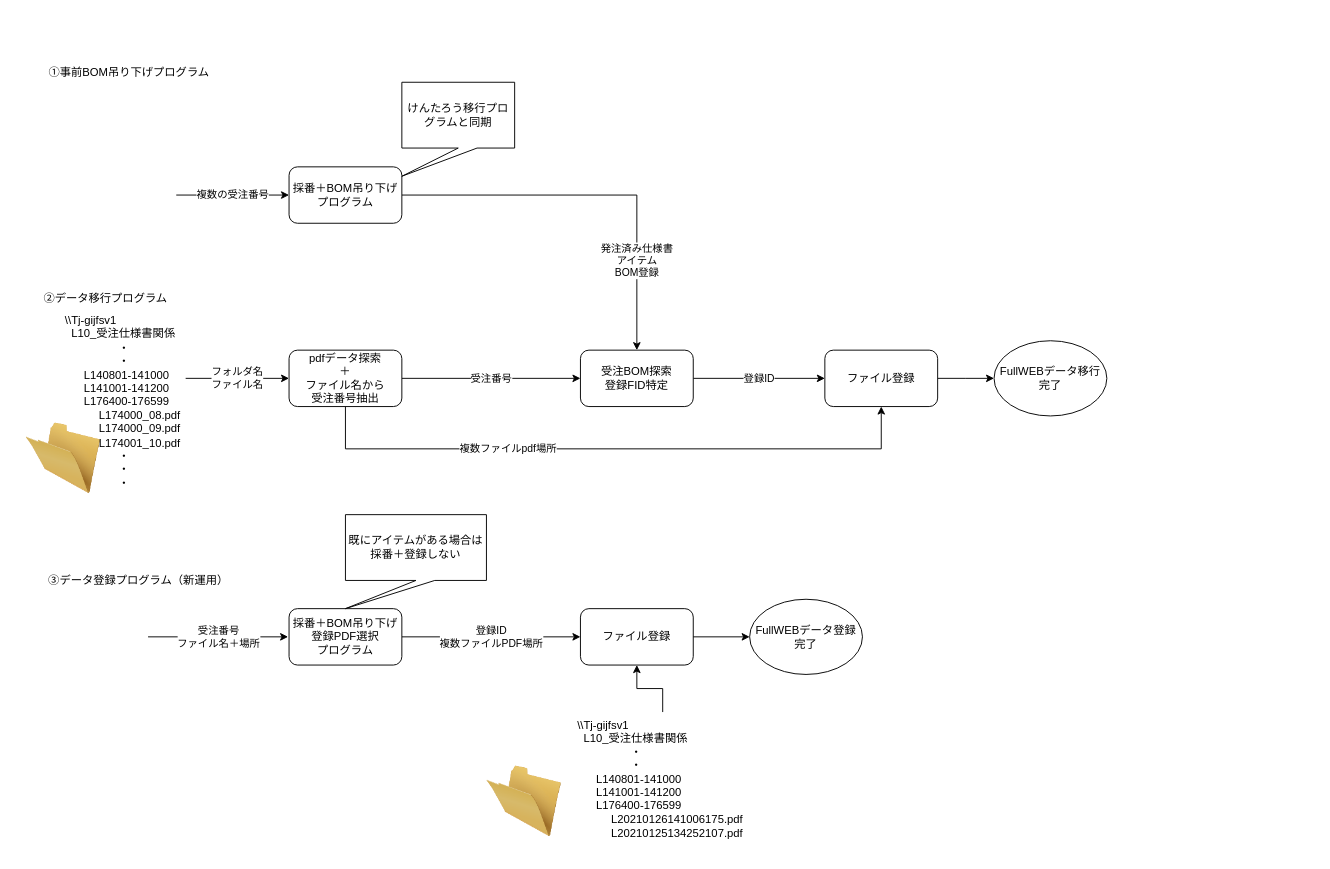
Above: 発注済み仕様書取り込みシステムフロー.drawio in sakag-120/systemflow (draw.io), before the change. Source tidied: cells renumbered, new cells numbered last; positions are measured from the earlier drawing's top-left corner, leaving out a move shared by most shapes. Both pictures are drawn from the tidied source at 94%, with x=0, y=0 at pixel (25, 63).
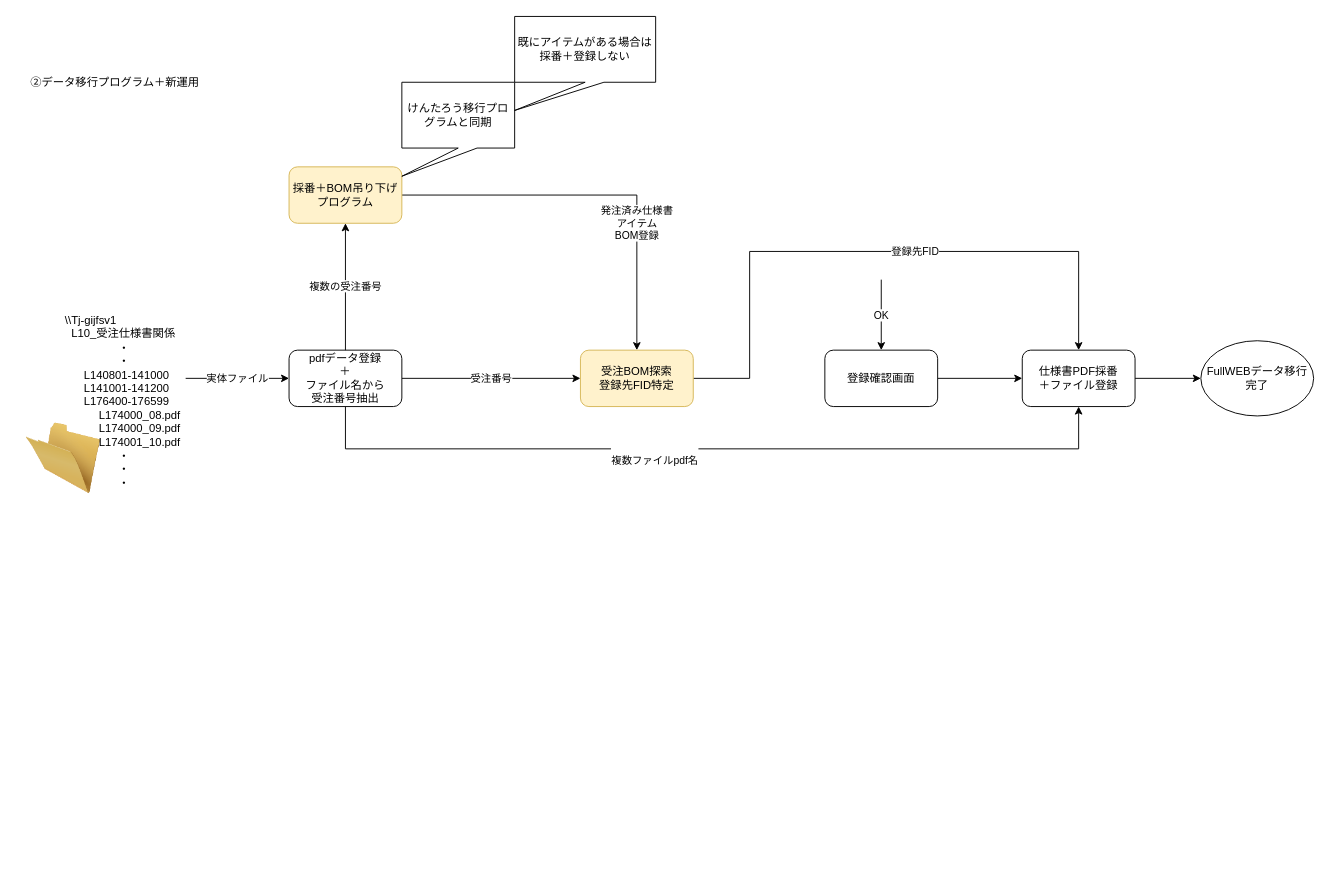
The same diagram, later.

Commit message (it also covers changes not shown here):
発注済み仕様書取り込みシステムフロー.drawio を更新します

Unchanged cells that the change refers to:
```xml
<mxCell id="7" value="\\Tj-gijfsv1&lt;br&gt;&amp;nbsp; L10_受注仕様書関係&lt;br&gt;&amp;nbsp; &amp;nbsp; &amp;nbsp; &amp;nbsp; &amp;nbsp; &amp;nbsp; &amp;nbsp; &amp;nbsp; &amp;nbsp;・&lt;br&gt;&amp;nbsp; &amp;nbsp; &amp;nbsp; &amp;nbsp; &amp;nbsp; &amp;nbsp; &amp;nbsp; &amp;nbsp; &amp;nbsp;・&lt;br&gt;&amp;nbsp; &amp;nbsp; &amp;nbsp; L140801-141000&lt;br&gt;&amp;nbsp; &amp;nbsp; &amp;nbsp; L141001-141200&lt;br&gt;&amp;nbsp; &amp;nbsp; &amp;nbsp; L176400-176599&lt;br&gt;　　　L174000_08.pdf&lt;br&gt;　　　L174000_09.pdf&lt;br&gt;　　　L174001_10.pdf&lt;br&gt;&amp;nbsp; &amp;nbsp; &amp;nbsp; &amp;nbsp; &amp;nbsp; &amp;nbsp; &amp;nbsp; &amp;nbsp; &amp;nbsp;・&lt;br&gt;&amp;nbsp; &amp;nbsp; &amp;nbsp; &amp;nbsp; &amp;nbsp; &amp;nbsp; &amp;nbsp; &amp;nbsp; &amp;nbsp;・&lt;br&gt;&amp;nbsp; &amp;nbsp; &amp;nbsp; &amp;nbsp; &amp;nbsp; &amp;nbsp; &amp;nbsp; &amp;nbsp; &amp;nbsp;・&lt;br&gt;&amp;nbsp;" style="text;whiteSpace=wrap;html=1;" parent="1" vertex="1">
  <mxGeometry x="40" y="260" width="130" height="150" as="geometry" />
</mxCell>
```

The edit, as a diff of the source:
```diff
@@
-    <mxCell id="3" value="&#10;&#10;&lt;span style=&quot;color: rgb(0, 0, 0); font-family: helvetica; font-size: 11px; font-style: normal; font-weight: 400; letter-spacing: normal; text-align: center; text-indent: 0px; text-transform: none; word-spacing: 0px; background-color: rgb(255, 255, 255); display: inline; float: none;&quot;&gt;複数ファイルpdf場所&lt;/span&gt;&#10;&#10;" style="edgeStyle=orthogonalEdgeStyle;rounded=0;jettySize=auto;html=1;entryX=0.5;entryY=1;entryDx=0;entryDy=0;" parent="1" edge="1" source="4" target="13">
-      <mxGeometry x="-0.34" relative="1" as="geometry">
+    <mxCell id="3" value="&lt;br&gt;&lt;br&gt;&lt;span style=&quot;color: rgb(0 , 0 , 0) ; font-family: &amp;#34;helvetica&amp;#34; ; font-size: 11px ; font-style: normal ; font-weight: 400 ; letter-spacing: normal ; text-align: center ; text-indent: 0px ; text-transform: none ; word-spacing: 0px ; background-color: rgb(255 , 255 , 255) ; display: inline ; float: none&quot;&gt;複数ファイルpdf名&lt;/span&gt;" style="edgeStyle=orthogonalEdgeStyle;rounded=0;jettySize=auto;html=1;entryX=0.5;entryY=1;entryDx=0;entryDy=0;" parent="1" edge="1" source="4" target="32">
+      <mxGeometry x="-0.14" relative="1" as="geometry">
         <Array as="points">
           <mxPoint x="340" y="410" />
-          <mxPoint x="910" y="410" />
+          <mxPoint x="1120" y="410" />
         </Array>
       </mxGeometry>
     </mxCell>
-    <mxCell id="4" value="pdfデータ探索&lt;br&gt;＋&lt;br&gt;ファイル名から&lt;br&gt;受注番号抽出" style="rounded=1;whiteSpace=wrap;html=1;" parent="1" vertex="1">
+    <mxCell id="4" value="pdfデータ登録&lt;br&gt;＋&lt;br&gt;ファイル名から&lt;br&gt;受注番号抽出" style="rounded=1;whiteSpace=wrap;html=1;" parent="1" vertex="1">
       <mxGeometry x="280" y="305" width="120" height="60" as="geometry" />
     </mxCell>
@@
-    <mxCell id="6" value="フォルダ名&lt;br&gt;ファイル名" style="edgeStyle=orthogonalEdgeStyle;rounded=0;jettySize=auto;html=1;entryX=0;entryY=0.5;entryDx=0;entryDy=0;" parent="1" edge="1" source="7" target="4">
+    <mxCell id="6" value="実体ファイル" style="edgeStyle=orthogonalEdgeStyle;rounded=0;jettySize=auto;html=1;entryX=0;entryY=0.5;entryDx=0;entryDy=0;" parent="1" edge="1" source="7" target="4">
       <mxGeometry relative="1" as="geometry" />
     </mxCell>
@@
-    <mxCell id="8" value="②データ移行プログラム" style="text;html=1;strokeColor=none;fillColor=none;align=center;verticalAlign=middle;whiteSpace=wrap;rounded=0;" parent="1" vertex="1">
-      <mxGeometry y="240" width="170" height="20" as="geometry" />
+    <mxCell id="8" value="②データ移行プログラム＋新運用" style="text;html=1;strokeColor=none;fillColor=none;align=center;verticalAlign=middle;whiteSpace=wrap;rounded=0;" parent="1" vertex="1">
+      <mxGeometry x="-10" y="10" width="210" height="20" as="geometry" />
     </mxCell>
-    <mxCell id="9" value="③データ登録プログラム（新運用）" style="text;html=1;strokeColor=none;fillColor=none;align=center;verticalAlign=middle;whiteSpace=wrap;rounded=0;" parent="1" vertex="1">
-      <mxGeometry x="10" y="540" width="220" height="20" as="geometry" />
-    </mxCell>
-    <mxCell id="10" value="登録ID" style="edgeStyle=orthogonalEdgeStyle;rounded=0;jettySize=auto;html=1;" parent="1" edge="1" source="11" target="13">
-      <mxGeometry relative="1" as="geometry" />
+    <mxCell id="10" value="登録先FID" style="edgeStyle=orthogonalEdgeStyle;rounded=0;jettySize=auto;html=1;entryX=0.5;entryY=0;entryDx=0;entryDy=0;" parent="1" edge="1" source="11" target="32">
+      <mxGeometry x="0.14" relative="1" as="geometry">
+        <Array as="points">
+          <mxPoint x="770" y="335" />
+          <mxPoint x="770" y="200" />
+          <mxPoint x="1120" y="200" />
+        </Array>
+      </mxGeometry>
     </mxCell>
-    <mxCell id="11" value="受注BOM探索&lt;br&gt;登録FID特定" style="rounded=1;whiteSpace=wrap;html=1;" parent="1" vertex="1">
+    <mxCell id="11" value="受注BOM探索&lt;br&gt;登録先FID特定" style="rounded=1;whiteSpace=wrap;html=1;fillColor=#fff2cc;strokeColor=#d6b656;" parent="1" vertex="1">
       <mxGeometry x="590" y="305" width="120" height="60" as="geometry" />
     </mxCell>
-    <mxCell id="12" style="edgeStyle=orthogonalEdgeStyle;rounded=0;jettySize=auto;html=1;" parent="1" edge="1" source="13">
-      <mxGeometry relative="1" as="geometry">
-        <mxPoint x="1030" y="335" as="targetPoint" />
-      </mxGeometry>
+    <mxCell id="12" style="edgeStyle=orthogonalEdgeStyle;rounded=0;jettySize=auto;html=1;entryX=0;entryY=0.5;entryDx=0;entryDy=0;" parent="1" edge="1" source="32" target="19">
+      <mxGeometry relative="1" as="geometry" />
     </mxCell>
+    <mxCell id="30" style="edgeStyle=orthogonalEdgeStyle;rounded=0;jettySize=auto;html=1;" parent="1" edge="1" source="13" target="32">
+      <mxGeometry relative="1" as="geometry" />
+    </mxCell>
-    <mxCell id="13" value="ファイル登録" style="rounded=1;whiteSpace=wrap;html=1;" parent="1" vertex="1">
+    <mxCell id="13" value="登録確認画面" style="rounded=1;whiteSpace=wrap;html=1;" parent="1" vertex="1">
       <mxGeometry x="850" y="305" width="120" height="60" as="geometry" />
     </mxCell>
-    <mxCell id="14" value="①事前BOM吊り下げプログラム" style="text;html=1;strokeColor=none;fillColor=none;align=center;verticalAlign=middle;whiteSpace=wrap;rounded=0;" parent="1" vertex="1">
-      <mxGeometry x="10" width="200" height="20" as="geometry" />
-    </mxCell>
     <mxCell id="15" value="発注済み仕様書&lt;br&gt;アイテム&lt;br&gt;BOM登録" style="edgeStyle=orthogonalEdgeStyle;rounded=0;jettySize=auto;html=1;entryX=0.5;entryY=0;entryDx=0;entryDy=0;" parent="1" edge="1" source="16" target="11">
-      <mxGeometry x="0.54" relative="1" as="geometry" />
+      <mxGeometry x="0.35" relative="1" as="geometry" />
     </mxCell>
-    <mxCell id="16" value="採番＋BOM吊り下げプログラム" style="rounded=1;whiteSpace=wrap;html=1;" parent="1" vertex="1">
+    <mxCell id="16" value="採番＋BOM吊り下げプログラム" style="rounded=1;whiteSpace=wrap;html=1;fillColor=#fff2cc;strokeColor=#d6b656;" parent="1" vertex="1">
       <mxGeometry x="280" y="110" width="120" height="60" as="geometry" />
     </mxCell>
-    <mxCell id="17" value="複数の受注番号" style="endArrow=classic;html=1;entryX=0;entryY=0.5;entryDx=0;entryDy=0;" parent="1" edge="1" target="16">
-      <mxGeometry relative="1" as="geometry">
-        <mxPoint x="160" y="140" as="sourcePoint" />
-      </mxGeometry>
+    <mxCell id="17" value="複数の受注番号" style="endArrow=classic;html=1;entryX=0.5;entryY=1;entryDx=0;entryDy=0;exitX=0.5;exitY=0;exitDx=0;exitDy=0;" parent="1" edge="1" source="4" target="16">
+      <mxGeometry relative="1" as="geometry" />
     </mxCell>
@@
     <mxCell id="19" value="FullWEBデータ移行完了" style="ellipse;whiteSpace=wrap;html=1;" parent="1" vertex="1">
-      <mxGeometry x="1030" y="295" width="120" height="80" as="geometry" />
+      <mxGeometry x="1250" y="295" width="120" height="80" as="geometry" />
     </mxCell>
-    <mxCell id="20" value="登録ID&lt;br&gt;複数ファイルPDF場所" style="edgeStyle=orthogonalEdgeStyle;rounded=0;jettySize=auto;html=1;" parent="1" edge="1" source="21" target="24">
-      <mxGeometry relative="1" as="geometry" />
-    </mxCell>
-    <mxCell id="21" value="採番＋BOM吊り下げ&lt;br&gt;登録PDF選択&lt;br&gt;プログラム" style="rounded=1;whiteSpace=wrap;html=1;" parent="1" vertex="1">
-      <mxGeometry x="280" y="580" width="120" height="60" as="geometry" />
-    </mxCell>
-    <mxCell id="22" value="受注番号&lt;br&gt;ファイル名＋場所" style="endArrow=classic;html=1;entryX=0;entryY=0.5;entryDx=0;entryDy=0;" parent="1" edge="1">
-      <mxGeometry relative="1" as="geometry">
-        <mxPoint x="130" y="610" as="sourcePoint" />
-        <mxPoint x="279" y="610" as="targetPoint" />
-        <Array as="points">
-          <mxPoint x="229" y="610" />
-        </Array>
-      </mxGeometry>
-    </mxCell>
     <mxCell id="23" value="既にアイテムがある場合は採番＋登録しない" style="shape=callout;whiteSpace=wrap;html=1;perimeter=calloutPerimeter;position2=0;" parent="1" vertex="1">
-      <mxGeometry x="340" y="480" width="150" height="100" as="geometry" />
+      <mxGeometry x="520" y="-50" width="150" height="100" as="geometry" />
     </mxCell>
-    <mxCell id="24" value="ファイル登録" style="rounded=1;whiteSpace=wrap;html=1;" parent="1" vertex="1">
-      <mxGeometry x="590" y="580" width="120" height="60" as="geometry" />
-    </mxCell>
-    <mxCell id="25" style="edgeStyle=orthogonalEdgeStyle;rounded=0;orthogonalLoop=1;jettySize=auto;html=1;" parent="1" edge="1">
-      <mxGeometry relative="1" as="geometry">
-        <mxPoint x="710" y="610" as="sourcePoint" />
-        <mxPoint x="770" y="610" as="targetPoint" />
-      </mxGeometry>
-    </mxCell>
-    <mxCell id="26" value="FullWEBデータ登録完了" style="ellipse;whiteSpace=wrap;html=1;" parent="1" vertex="1">
-      <mxGeometry x="770" y="570" width="120" height="80" as="geometry" />
-    </mxCell>
-    <mxCell id="27" style="image;html=1;image=img/lib/clip_art/general/Empty_Folder_128x128.png;" parent="1" vertex="1">
-      <mxGeometry x="490" y="745" width="80" height="80" as="geometry" />
-    </mxCell>
-    <mxCell id="28" style="edgeStyle=orthogonalEdgeStyle;rounded=0;jettySize=auto;html=1;" parent="1" edge="1" source="29" target="24">
-      <mxGeometry relative="1" as="geometry" />
-    </mxCell>
-    <mxCell id="29" value="\\Tj-gijfsv1&lt;br&gt;&amp;nbsp; L10_受注仕様書関係&lt;br&gt;&amp;nbsp; &amp;nbsp; &amp;nbsp; &amp;nbsp; &amp;nbsp; &amp;nbsp; &amp;nbsp; &amp;nbsp; &amp;nbsp;・&lt;br&gt;&amp;nbsp; &amp;nbsp; &amp;nbsp; &amp;nbsp; &amp;nbsp; &amp;nbsp; &amp;nbsp; &amp;nbsp; &amp;nbsp;・&lt;br&gt;&amp;nbsp; &amp;nbsp; &amp;nbsp; L140801-141000&lt;br&gt;&amp;nbsp; &amp;nbsp; &amp;nbsp; L141001-141200&lt;br&gt;&amp;nbsp; &amp;nbsp; &amp;nbsp; L176400-176599&lt;br&gt;　　　L20210126141006175.pdf&lt;br&gt;　　　L20210125134252107.pdf" style="text;whiteSpace=wrap;html=1;" parent="1" vertex="1">
-      <mxGeometry x="585" y="690" width="185" height="150" as="geometry" />
-    </mxCell>
+    <mxCell id="31" value="OK" style="endArrow=classic;html=1;entryX=0.5;entryY=0;entryDx=0;entryDy=0;" parent="1" edge="1" target="13">
+      <mxGeometry relative="1" as="geometry">
+        <mxPoint x="910" y="230" as="sourcePoint" />
+      </mxGeometry>
+    </mxCell>
+    <mxCell id="32" value="仕様書PDF採番&lt;br&gt;＋ファイル登録" style="rounded=1;whiteSpace=wrap;html=1;" parent="1" vertex="1">
+      <mxGeometry x="1060" y="305" width="120" height="60" as="geometry" />
+    </mxCell>
```
